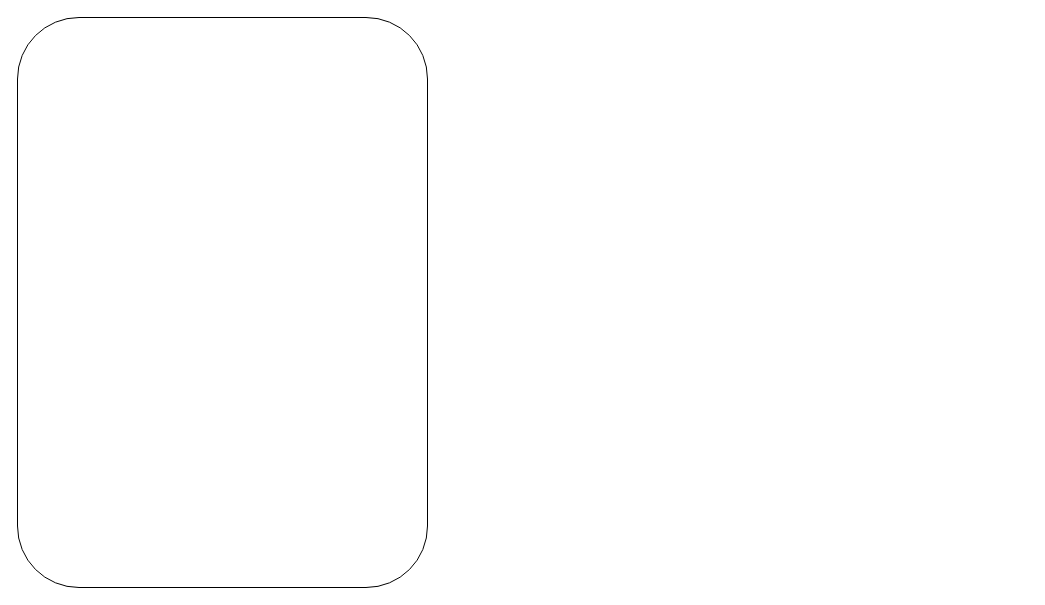
Earlier version of the draw.io diagram Диаграмма без названия.drawio (Oudsiano/TestForCG). Source tidied: cells renumbered, new cells numbered last; positions are measured from the earlier drawing's top-left corner, leaving out a move shared by most shapes. Both pictures are drawn from the tidied source at 100%, with x=0, y=0 at pixel (17, 17).
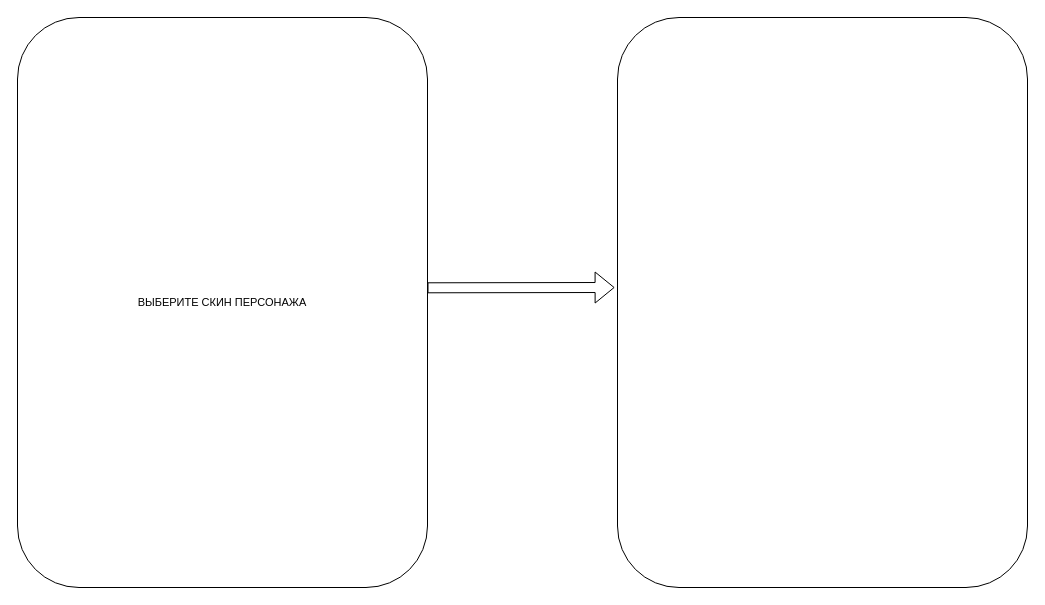
The same page after the edit.

Change to the diagram source:
```diff
@@
 <mxGraphModel>
   <root>
     <mxCell id="0" />
     <mxCell id="1" parent="0" />
-    <mxCell id="2" style="rounded=1;whiteSpace=wrap;html=1;fontFamily=Helvetica;fontSize=11;fontColor=default;" parent="1" vertex="1">
+    <mxCell id="2" value="ВЫБЕРИТЕ СКИН ПЕРСОНАЖА" style="rounded=1;whiteSpace=wrap;html=1;fontFamily=Helvetica;fontSize=11;fontColor=default;" parent="1" vertex="1">
       <mxGeometry width="410" height="570" as="geometry" />
     </mxCell>
+    <mxCell id="3" style="shape=flexArrow;endArrow=classic;html=1;rounded=0;exitX=1.007;exitY=0.469;exitDx=0;exitDy=0;exitPerimeter=0;" parent="1" edge="1">
+      <mxGeometry relative="1" as="geometry">
+        <mxPoint x="410" y="270.3" as="sourcePoint" />
+        <mxPoint x="597.1" y="270" as="targetPoint" />
+      </mxGeometry>
+    </mxCell>
+    <mxCell id="4" style="rounded=1;whiteSpace=wrap;html=1;fontFamily=Helvetica;fontSize=11;fontColor=default;" parent="1" vertex="1">
+      <mxGeometry x="600" width="410" height="570" as="geometry" />
+    </mxCell>
   </root>
 </mxGraphModel>
```
